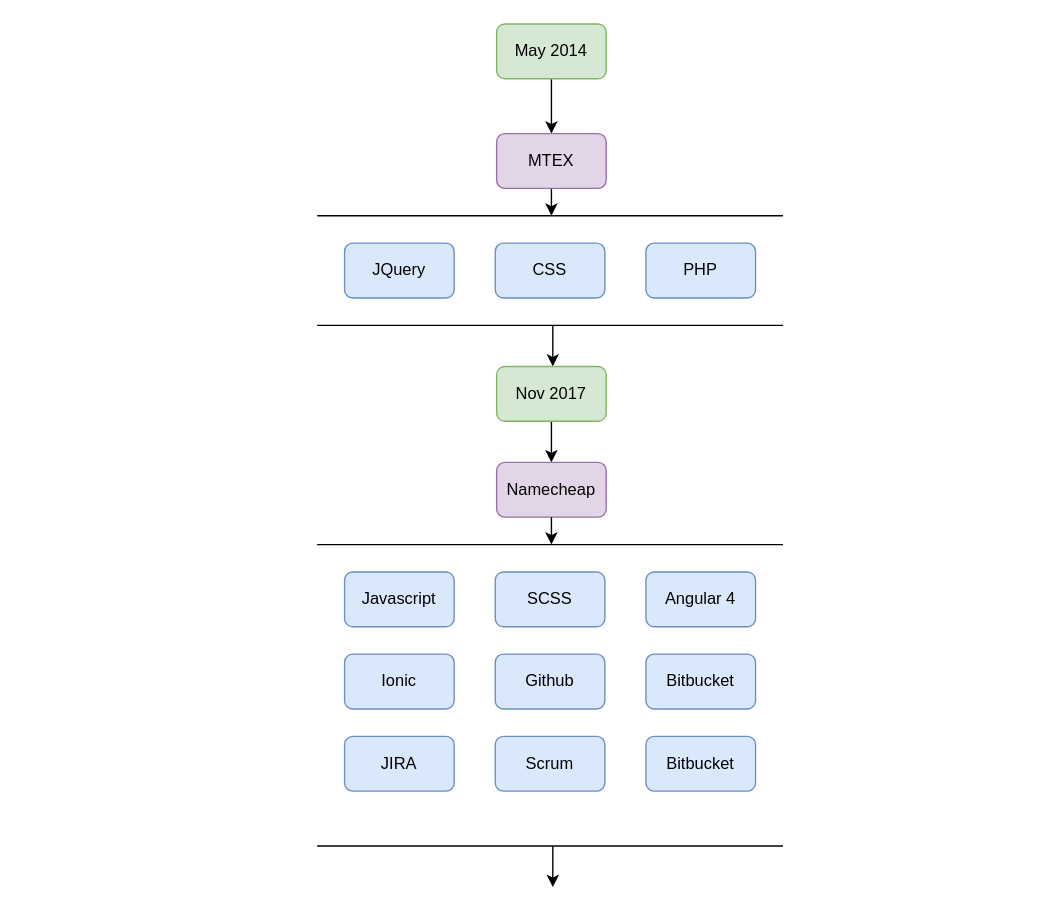
Before: Untitled Diagram.drawio in Mteixeira88/Mteixeira88, a draw.io diagram. Source tidied: cells renumbered, new cells numbered last; positions are measured from the earlier drawing's top-left corner, leaving out a move shared by most shapes. Both pictures are drawn from the tidied source at 137%, with x=0, y=0 at pixel (316, 23).
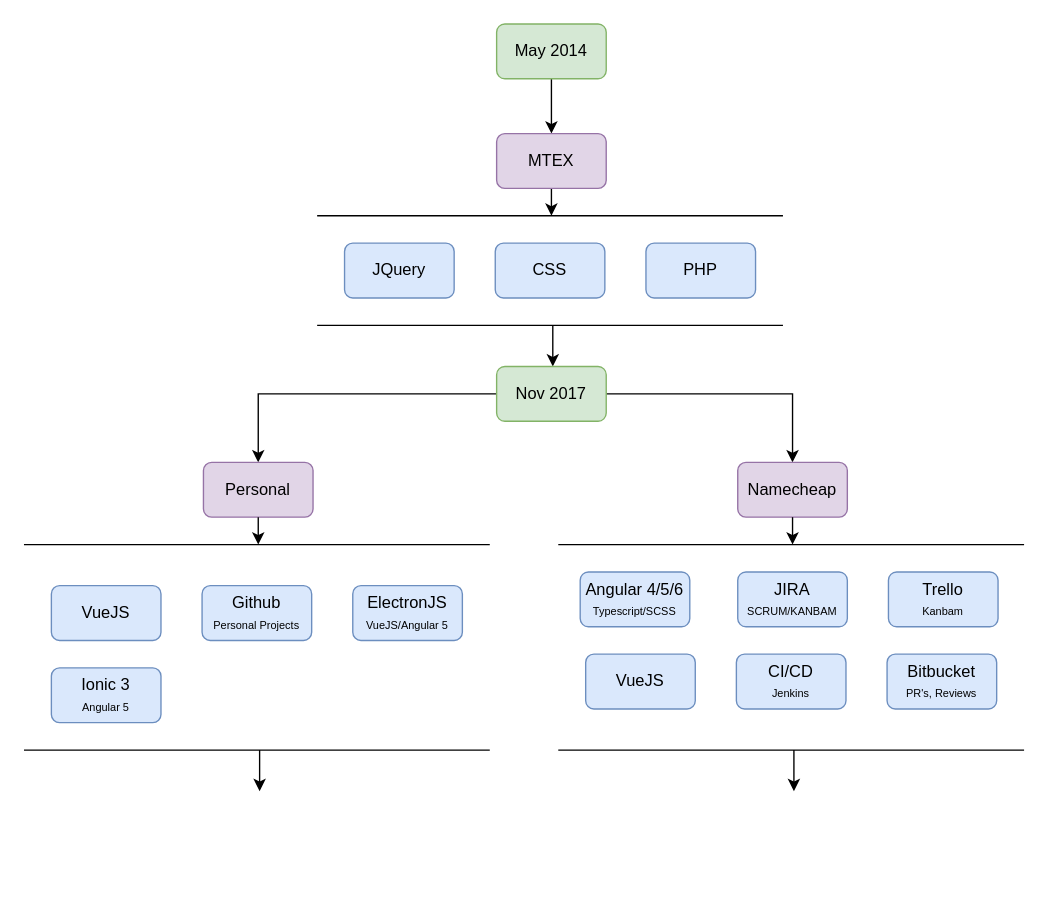
Above is the later version.

The change refers to these unchanged cells:
```xml
<mxCell id="13" value="Nov 2017" style="rounded=1;whiteSpace=wrap;html=1;fillColor=#d5e8d4;strokeColor=#82b366;" parent="1" vertex="1">
  <mxGeometry x="131" y="250" width="80" height="40" as="geometry" />
</mxCell>
```

Change to the diagram source:
```diff
@@
+    <mxCell id="28" style="edgeStyle=orthogonalEdgeStyle;rounded=0;jettySize=auto;html=1;exitX=0;exitY=0.5;exitDx=0;exitDy=0;entryX=0.5;entryY=0;entryDx=0;entryDy=0;" parent="1" edge="1" source="13" target="31">
+      <mxGeometry relative="1" as="geometry" />
+    </mxCell>
@@
     <mxCell id="14" value="Namecheap" style="rounded=1;whiteSpace=wrap;html=1;fillColor=#e1d5e7;strokeColor=#9673a6;" parent="1" vertex="1">
-      <mxGeometry x="131" y="320" width="80" height="40" as="geometry" />
+      <mxGeometry x="307" y="320" width="80" height="40" as="geometry" />
     </mxCell>
     <mxCell id="15" style="edgeStyle=orthogonalEdgeStyle;rounded=0;orthogonalLoop=1;jettySize=auto;html=1;exitX=0.5;exitY=1;exitDx=0;exitDy=0;" parent="1" edge="1">
       <mxGeometry relative="1" as="geometry">
-        <mxPoint x="171" y="360" as="sourcePoint" />
-        <mxPoint x="171" y="380" as="targetPoint" />
+        <mxPoint x="347" y="360" as="sourcePoint" />
+        <mxPoint x="347" y="380" as="targetPoint" />
       </mxGeometry>
     </mxCell>
-    <mxCell id="16" value="Javascript" style="rounded=1;whiteSpace=wrap;html=1;fillColor=#dae8fc;strokeColor=#6c8ebf;" parent="1" vertex="1">
-      <mxGeometry x="20" y="400" width="80" height="40" as="geometry" />
-    </mxCell>
     <mxCell id="17" style="endArrow=none;html=1;" parent="1" edge="1">
       <mxGeometry relative="1" as="geometry">
-        <mxPoint y="380" as="sourcePoint" />
-        <mxPoint x="340" y="380" as="targetPoint" />
+        <mxPoint x="176" y="380" as="sourcePoint" />
+        <mxPoint x="516" y="380" as="targetPoint" />
       </mxGeometry>
     </mxCell>
-    <mxCell id="18" value="SCSS" style="rounded=1;whiteSpace=wrap;html=1;fillColor=#dae8fc;strokeColor=#6c8ebf;" parent="1" vertex="1">
-      <mxGeometry x="130" y="400" width="80" height="40" as="geometry" />
-    </mxCell>
-    <mxCell id="19" value="Angular 4" style="rounded=1;whiteSpace=wrap;html=1;fillColor=#dae8fc;strokeColor=#6c8ebf;" parent="1" vertex="1">
-      <mxGeometry x="240" y="400" width="80" height="40" as="geometry" />
+    <mxCell id="19" value="Angular 4/5/6&lt;br&gt;&lt;font style=&quot;font-size: 8px&quot;&gt;Typescript/SCSS&lt;/font&gt;" style="rounded=1;whiteSpace=wrap;html=1;fillColor=#dae8fc;strokeColor=#6c8ebf;" parent="1" vertex="1">
+      <mxGeometry x="192" y="400" width="80" height="40" as="geometry" />
     </mxCell>
     <mxCell id="20" style="endArrow=none;html=1;" parent="1" edge="1">
       <mxGeometry relative="1" as="geometry">
-        <mxPoint y="600" as="sourcePoint" />
-        <mxPoint x="340" y="600" as="targetPoint" />
+        <mxPoint x="176" y="530" as="sourcePoint" />
+        <mxPoint x="516" y="530" as="targetPoint" />
       </mxGeometry>
     </mxCell>
     <mxCell id="21" style="edgeStyle=orthogonalEdgeStyle;rounded=0;orthogonalLoop=1;jettySize=auto;html=1;" parent="1" edge="1">
       <mxGeometry relative="1" as="geometry">
-        <mxPoint x="172" y="600" as="sourcePoint" />
-        <mxPoint x="172" y="630" as="targetPoint" />
+        <mxPoint x="348" y="530" as="sourcePoint" />
+        <mxPoint x="348" y="560" as="targetPoint" />
       </mxGeometry>
     </mxCell>
-    <mxCell id="22" value="Ionic" style="rounded=1;whiteSpace=wrap;html=1;fillColor=#dae8fc;strokeColor=#6c8ebf;" parent="1" vertex="1">
-      <mxGeometry x="20" y="460" width="80" height="40" as="geometry" />
-    </mxCell>
-    <mxCell id="23" value="Github" style="rounded=1;whiteSpace=wrap;html=1;fillColor=#dae8fc;strokeColor=#6c8ebf;" parent="1" vertex="1">
-      <mxGeometry x="130" y="460" width="80" height="40" as="geometry" />
-    </mxCell>
-    <mxCell id="24" value="Bitbucket" style="rounded=1;whiteSpace=wrap;html=1;fillColor=#dae8fc;strokeColor=#6c8ebf;" parent="1" vertex="1">
-      <mxGeometry x="240" y="460" width="80" height="40" as="geometry" />
+    <mxCell id="24" value="Bitbucket&lt;br&gt;&lt;font style=&quot;font-size: 8px&quot;&gt;PR's, Reviews&lt;/font&gt;" style="rounded=1;whiteSpace=wrap;html=1;fillColor=#dae8fc;strokeColor=#6c8ebf;" parent="1" vertex="1">
+      <mxGeometry x="416" y="460" width="80" height="40" as="geometry" />
     </mxCell>
-    <mxCell id="25" value="JIRA" style="rounded=1;whiteSpace=wrap;html=1;fillColor=#dae8fc;strokeColor=#6c8ebf;" parent="1" vertex="1">
-      <mxGeometry x="20" y="520" width="80" height="40" as="geometry" />
+    <mxCell id="25" value="JIRA&lt;br&gt;&lt;font style=&quot;font-size: 8px&quot;&gt;SCRUM/KANBAM&lt;/font&gt;" style="rounded=1;whiteSpace=wrap;html=1;fillColor=#dae8fc;strokeColor=#6c8ebf;" parent="1" vertex="1">
+      <mxGeometry x="307" y="400" width="80" height="40" as="geometry" />
     </mxCell>
-    <mxCell id="26" value="Scrum" style="rounded=1;whiteSpace=wrap;html=1;fillColor=#dae8fc;strokeColor=#6c8ebf;" parent="1" vertex="1">
-      <mxGeometry x="130" y="520" width="80" height="40" as="geometry" />
+    <mxCell id="26" value="Trello&lt;br&gt;&lt;font style=&quot;font-size: 8px&quot;&gt;Kanbam&lt;/font&gt;" style="rounded=1;whiteSpace=wrap;html=1;fillColor=#dae8fc;strokeColor=#6c8ebf;" parent="1" vertex="1">
+      <mxGeometry x="417" y="400" width="80" height="40" as="geometry" />
     </mxCell>
-    <mxCell id="27" value="Bitbucket" style="rounded=1;whiteSpace=wrap;html=1;fillColor=#dae8fc;strokeColor=#6c8ebf;" parent="1" vertex="1">
-      <mxGeometry x="240" y="520" width="80" height="40" as="geometry" />
-    </mxCell>
+    <mxCell id="29" value="VueJS" style="rounded=1;whiteSpace=wrap;html=1;fillColor=#dae8fc;strokeColor=#6c8ebf;" parent="1" vertex="1">
+      <mxGeometry x="196" y="460" width="80" height="40" as="geometry" />
+    </mxCell>
+    <mxCell id="30" value="CI/CD&lt;br&gt;&lt;font style=&quot;font-size: 8px&quot;&gt;Jenkins&lt;/font&gt;" style="rounded=1;whiteSpace=wrap;html=1;fillColor=#dae8fc;strokeColor=#6c8ebf;" parent="1" vertex="1">
+      <mxGeometry x="306" y="460" width="80" height="40" as="geometry" />
+    </mxCell>
+    <mxCell id="31" value="Personal" style="rounded=1;whiteSpace=wrap;html=1;fillColor=#e1d5e7;strokeColor=#9673a6;" parent="1" vertex="1">
+      <mxGeometry x="-83" y="320" width="80" height="40" as="geometry" />
+    </mxCell>
+    <mxCell id="32" style="edgeStyle=orthogonalEdgeStyle;rounded=0;orthogonalLoop=1;jettySize=auto;html=1;exitX=0.5;exitY=1;exitDx=0;exitDy=0;" parent="1" edge="1">
+      <mxGeometry relative="1" as="geometry">
+        <mxPoint x="-43" y="360" as="sourcePoint" />
+        <mxPoint x="-43" y="380" as="targetPoint" />
+      </mxGeometry>
+    </mxCell>
+    <mxCell id="33" style="endArrow=none;html=1;" parent="1" edge="1">
+      <mxGeometry relative="1" as="geometry">
+        <mxPoint x="-214" y="380" as="sourcePoint" />
+        <mxPoint x="126" y="380" as="targetPoint" />
+      </mxGeometry>
+    </mxCell>
+    <mxCell id="34" style="endArrow=none;html=1;" parent="1" edge="1">
+      <mxGeometry relative="1" as="geometry">
+        <mxPoint x="-214" y="530" as="sourcePoint" />
+        <mxPoint x="126" y="530" as="targetPoint" />
+      </mxGeometry>
+    </mxCell>
+    <mxCell id="35" style="edgeStyle=orthogonalEdgeStyle;rounded=0;orthogonalLoop=1;jettySize=auto;html=1;" parent="1" edge="1">
+      <mxGeometry relative="1" as="geometry">
+        <mxPoint x="-42" y="530" as="sourcePoint" />
+        <mxPoint x="-42" y="560" as="targetPoint" />
+      </mxGeometry>
+    </mxCell>
+    <mxCell id="36" value="Ionic 3&lt;br&gt;&lt;font style=&quot;font-size: 8px&quot;&gt;Angular 5&lt;/font&gt;" style="rounded=1;whiteSpace=wrap;html=1;fillColor=#dae8fc;strokeColor=#6c8ebf;" parent="1" vertex="1">
+      <mxGeometry x="-194" y="470" width="80" height="40" as="geometry" />
+    </mxCell>
+    <mxCell id="37" value="Github&lt;br&gt;&lt;font style=&quot;font-size: 8px&quot;&gt;Personal Projects&lt;/font&gt;" style="rounded=1;whiteSpace=wrap;html=1;fillColor=#dae8fc;strokeColor=#6c8ebf;" parent="1" vertex="1">
+      <mxGeometry x="-84" y="410" width="80" height="40" as="geometry" />
+    </mxCell>
+    <mxCell id="38" value="VueJS" style="rounded=1;whiteSpace=wrap;html=1;fillColor=#dae8fc;strokeColor=#6c8ebf;" parent="1" vertex="1">
+      <mxGeometry x="-194" y="410" width="80" height="40" as="geometry" />
+    </mxCell>
+    <mxCell id="39" value="ElectronJS&lt;br&gt;&lt;font style=&quot;font-size: 8px&quot;&gt;VueJS/Angular 5&lt;/font&gt;" style="rounded=1;whiteSpace=wrap;html=1;fillColor=#dae8fc;strokeColor=#6c8ebf;" parent="1" vertex="1">
+      <mxGeometry x="26" y="410" width="80" height="40" as="geometry" />
+    </mxCell>
```
